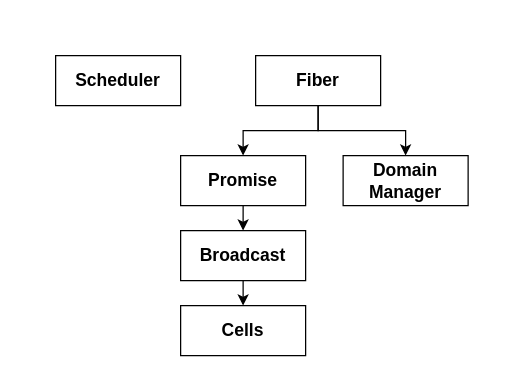
Above: documents/draft/Eio Module Hierarchy.drawio in addap/master-thesis (draw.io), before the change. Source tidied: cells renumbered, new cells numbered last; positions are measured from the earlier drawing's top-left corner, leaving out a move shared by most shapes. Both pictures are drawn from the tidied source at 125%, with x=0, y=0 at pixel (55, 55).
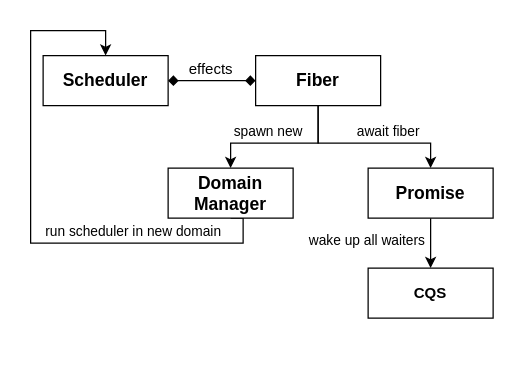
The same diagram, later.

The change refers to these unchanged cells:
```xml
<mxCell id="5" value="&lt;font size=&quot;1&quot;&gt;&lt;b style=&quot;font-size: 14px;&quot;&gt;Fiber&lt;/b&gt;&lt;/font&gt;" style="rounded=0;whiteSpace=wrap;html=1;" parent="1" vertex="1">
  <mxGeometry x="160" width="100" height="40" as="geometry" />
</mxCell>
<mxCell id="7" style="edgeStyle=orthogonalEdgeStyle;rounded=0;jettySize=auto;html=1;exitX=0.5;exitY=1;exitDx=0;exitDy=0;entryX=0.5;entryY=0;entryDx=0;entryDy=0;" parent="1" edge="1" source="8" target="10">
  <mxGeometry relative="1" as="geometry" />
</mxCell>
```

Change to the diagram source:
```diff
@@
     <mxCell id="2" value="&lt;div&gt;&lt;font style=&quot;font-size: 14px;&quot;&gt;&lt;b&gt;Scheduler&lt;/b&gt;&lt;/font&gt;&lt;/div&gt;" style="rounded=0;whiteSpace=wrap;html=1;" parent="1" vertex="1">
-      <mxGeometry width="100" height="40" as="geometry" />
+      <mxGeometry x="-10" width="100" height="40" as="geometry" />
     </mxCell>
     <mxCell id="3" style="edgeStyle=orthogonalEdgeStyle;rounded=0;jettySize=auto;html=1;exitX=0.5;exitY=1;exitDx=0;exitDy=0;entryX=0.5;entryY=0;entryDx=0;entryDy=0;" parent="1" edge="1" source="5" target="8">
       <mxGeometry relative="1" as="geometry">
         <Array as="points">
-          <mxPoint x="210" y="60" />
-          <mxPoint x="150" y="60" />
+          <mxPoint x="210" y="70" />
+          <mxPoint x="300" y="70" />
         </Array>
       </mxGeometry>
     </mxCell>
+    <mxCell id="12" value="await fiber" style="edgeLabel;html=1;align=center;verticalAlign=middle;" parent="3" vertex="1">
+      <mxGeometry x="-0.05" y="-1" relative="1" as="geometry">
+        <mxPoint x="18" y="-11" as="offset" />
+      </mxGeometry>
+    </mxCell>
     <mxCell id="4" style="edgeStyle=orthogonalEdgeStyle;rounded=0;jettySize=auto;html=1;exitX=0.5;exitY=1;exitDx=0;exitDy=0;entryX=0.5;entryY=0;entryDx=0;entryDy=0;" parent="1" edge="1" source="5" target="6">
       <mxGeometry relative="1" as="geometry">
         <Array as="points">
-          <mxPoint x="210" y="60" />
-          <mxPoint x="280" y="60" />
+          <mxPoint x="210" y="70" />
+          <mxPoint x="140" y="70" />
         </Array>
       </mxGeometry>
     </mxCell>
+    <mxCell id="13" value="spawn new" style="edgeLabel;html=1;align=center;verticalAlign=middle;" parent="4" vertex="1">
+      <mxGeometry x="0.06" y="-1" relative="1" as="geometry">
+        <mxPoint x="-7" y="-9" as="offset" />
+      </mxGeometry>
+    </mxCell>
@@
+    <mxCell id="14" style="edgeStyle=orthogonalEdgeStyle;rounded=0;jettySize=auto;html=1;exitX=0.5;exitY=1;exitDx=0;exitDy=0;entryX=0.5;entryY=0;entryDx=0;entryDy=0;" parent="1" edge="1" source="6" target="2">
+      <mxGeometry relative="1" as="geometry">
+        <Array as="points">
+          <mxPoint x="150" y="150" />
+          <mxPoint x="-20" y="150" />
+          <mxPoint x="-20" y="-20" />
+          <mxPoint x="40" y="-20" />
+        </Array>
+      </mxGeometry>
+    </mxCell>
+    <mxCell id="15" value="run scheduler in new domain" style="edgeLabel;html=1;align=center;verticalAlign=middle;" parent="14" vertex="1">
+      <mxGeometry x="-0.34" y="3" relative="1" as="geometry">
+        <mxPoint x="29" y="-13" as="offset" />
+      </mxGeometry>
+    </mxCell>
     <mxCell id="6" value="&lt;font size=&quot;1&quot;&gt;&lt;b style=&quot;font-size: 14px;&quot;&gt;Domain Manager&lt;br&gt;&lt;/b&gt;&lt;/font&gt;" style="rounded=0;whiteSpace=wrap;html=1;" parent="1" vertex="1">
-      <mxGeometry x="230" y="80" width="100" height="40" as="geometry" />
+      <mxGeometry x="90" y="90" width="100" height="40" as="geometry" />
     </mxCell>
@@
+    <mxCell id="16" value="wake up all waiters" style="edgeLabel;html=1;align=center;verticalAlign=middle;" parent="7" vertex="1">
+      <mxGeometry x="-0.15" y="4" relative="1" as="geometry">
+        <mxPoint x="-56" as="offset" />
+      </mxGeometry>
+    </mxCell>
     <mxCell id="8" value="&lt;font style=&quot;font-size: 14px;&quot;&gt;&lt;b&gt;Promise&lt;/b&gt;&lt;/font&gt;" style="rounded=0;whiteSpace=wrap;html=1;" parent="1" vertex="1">
-      <mxGeometry x="100" y="80" width="100" height="40" as="geometry" />
+      <mxGeometry x="250" y="90" width="100" height="40" as="geometry" />
     </mxCell>
-    <mxCell id="9" style="edgeStyle=orthogonalEdgeStyle;rounded=0;jettySize=auto;html=1;exitX=0.5;exitY=1;exitDx=0;exitDy=0;entryX=0.5;entryY=0;entryDx=0;entryDy=0;" parent="1" edge="1" source="10" target="11">
-      <mxGeometry relative="1" as="geometry" />
-    </mxCell>
-    <mxCell id="10" value="&lt;font style=&quot;font-size: 14px;&quot;&gt;&lt;b&gt;Broadcast&lt;/b&gt;&lt;/font&gt;" style="rounded=0;whiteSpace=wrap;html=1;" parent="1" vertex="1">
-      <mxGeometry x="100" y="140" width="100" height="40" as="geometry" />
+    <mxCell id="10" value="&lt;b&gt;CQS&lt;/b&gt;" style="rounded=0;whiteSpace=wrap;html=1;" parent="1" vertex="1">
+      <mxGeometry x="250" y="170" width="100" height="40" as="geometry" />
     </mxCell>
-    <mxCell id="11" value="&lt;font style=&quot;font-size: 14px;&quot;&gt;&lt;b&gt;Cells&lt;/b&gt;&lt;/font&gt;" style="rounded=0;whiteSpace=wrap;html=1;" parent="1" vertex="1">
-      <mxGeometry x="100" y="200" width="100" height="40" as="geometry" />
-    </mxCell>
+    <mxCell id="17" style="endArrow=diamond;startArrow=diamond;html=1;rounded=0;exitX=1;exitY=0.5;exitDx=0;exitDy=0;entryX=0;entryY=0.5;entryDx=0;entryDy=0;startFill=1;endFill=1;" parent="1" edge="1" source="2" target="5">
+      <mxGeometry relative="1" as="geometry" />
+    </mxCell>
+    <mxCell id="18" value="effects" style="edgeLabel;html=1;align=center;verticalAlign=middle;fontSize=12;" parent="17" vertex="1">
+      <mxGeometry x="-0.3" y="1" relative="1" as="geometry">
+        <mxPoint x="8" y="-9" as="offset" />
+      </mxGeometry>
+    </mxCell>
```
